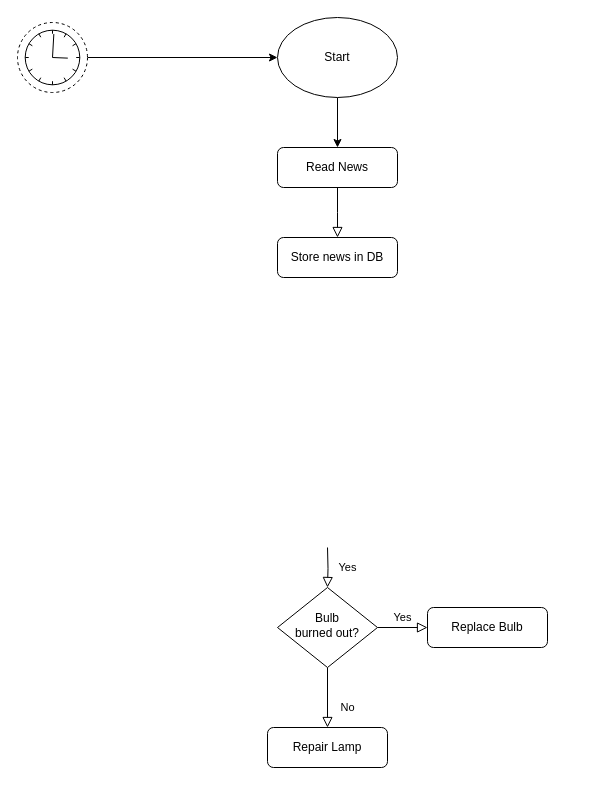
The draw.io diagram twitter bot flow chart.drawio in HosamElian/twitter-bot, before the edit. Source tidied: cells renumbered, new cells numbered last; positions are measured from the earlier drawing's top-left corner, leaving out a move shared by most shapes. Both pictures are drawn from the tidied source at 100%, with x=0, y=0 at pixel (17, 17).
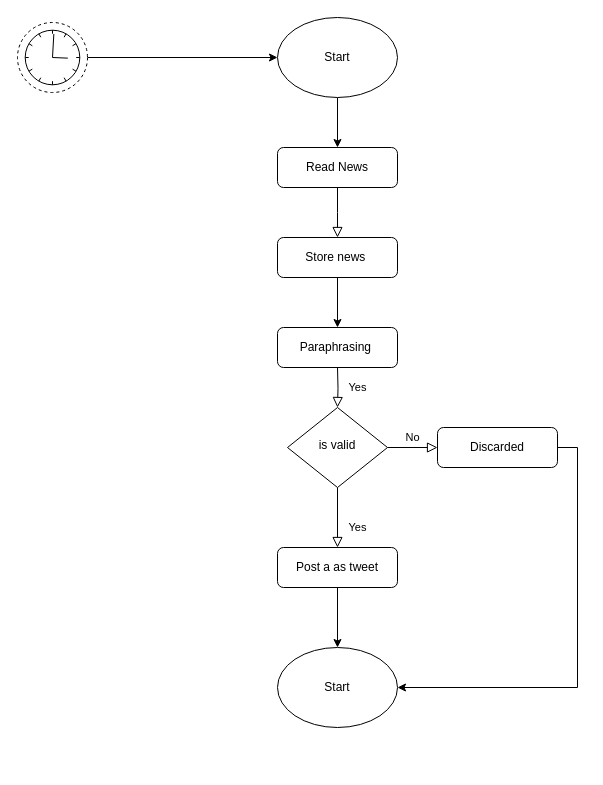
After the change.

Diff of the diagram source:
```diff
@@
     <mxCell id="4" value="Yes" style="rounded=0;html=1;jettySize=auto;fontSize=11;endArrow=block;endFill=0;endSize=8;strokeWidth=1;shadow=0;labelBackgroundColor=none;edgeStyle=orthogonalEdgeStyle;" parent="1" edge="1" target="8">
       <mxGeometry y="20" relative="1" as="geometry">
-        <mxPoint x="310" y="530" as="sourcePoint" />
+        <mxPoint x="320" y="350" as="sourcePoint" />
       </mxGeometry>
     </mxCell>
+    <mxCell id="15" style="edgeStyle=orthogonalEdgeStyle;rounded=0;jettySize=auto;html=1;" parent="1" edge="1" source="5" target="18">
+      <mxGeometry relative="1" as="geometry" />
+    </mxCell>
-    <mxCell id="5" value="Store news in DB" style="rounded=1;whiteSpace=wrap;html=1;fontSize=12;glass=0;strokeWidth=1;shadow=0;" parent="1" vertex="1">
+    <mxCell id="5" value="Store news&amp;nbsp;" style="rounded=1;whiteSpace=wrap;html=1;fontSize=12;glass=0;strokeWidth=1;shadow=0;" parent="1" vertex="1">
       <mxGeometry x="260" y="220" width="120" height="40" as="geometry" />
     </mxCell>
-    <mxCell id="6" value="No" style="rounded=0;html=1;jettySize=auto;fontSize=11;endArrow=block;endFill=0;endSize=8;strokeWidth=1;shadow=0;labelBackgroundColor=none;edgeStyle=orthogonalEdgeStyle;" parent="1" edge="1" source="8" target="9">
+    <mxCell id="6" value="Yes" style="rounded=0;html=1;jettySize=auto;fontSize=11;endArrow=block;endFill=0;endSize=8;strokeWidth=1;shadow=0;labelBackgroundColor=none;edgeStyle=orthogonalEdgeStyle;" parent="1" edge="1" source="8" target="9">
       <mxGeometry x="0.33" y="20" relative="1" as="geometry" />
     </mxCell>
-    <mxCell id="7" value="Yes" style="edgeStyle=orthogonalEdgeStyle;rounded=0;html=1;jettySize=auto;fontSize=11;endArrow=block;endFill=0;endSize=8;strokeWidth=1;shadow=0;labelBackgroundColor=none;" parent="1" edge="1" source="8" target="10">
+    <mxCell id="7" value="No" style="edgeStyle=orthogonalEdgeStyle;rounded=0;html=1;jettySize=auto;fontSize=11;endArrow=block;endFill=0;endSize=8;strokeWidth=1;shadow=0;labelBackgroundColor=none;" parent="1" edge="1" source="8" target="10">
       <mxGeometry y="10" relative="1" as="geometry" />
     </mxCell>
-    <mxCell id="8" value="Bulb&lt;br&gt;burned out?" style="rhombus;whiteSpace=wrap;html=1;shadow=0;fontFamily=Helvetica;fontSize=12;align=center;strokeWidth=1;spacing=6;spacingTop=-4;" parent="1" vertex="1">
-      <mxGeometry x="260" y="570" width="100" height="80" as="geometry" />
+    <mxCell id="8" value="is valid" style="rhombus;whiteSpace=wrap;html=1;shadow=0;fontFamily=Helvetica;fontSize=12;align=center;strokeWidth=1;spacing=6;spacingTop=-4;" parent="1" vertex="1">
+      <mxGeometry x="270" y="390" width="100" height="80" as="geometry" />
     </mxCell>
+    <mxCell id="16" style="edgeStyle=orthogonalEdgeStyle;rounded=0;jettySize=auto;html=1;" parent="1" edge="1" source="9" target="19">
+      <mxGeometry relative="1" as="geometry" />
+    </mxCell>
-    <mxCell id="9" value="Repair Lamp" style="rounded=1;whiteSpace=wrap;html=1;fontSize=12;glass=0;strokeWidth=1;shadow=0;" parent="1" vertex="1">
-      <mxGeometry x="250" y="710" width="120" height="40" as="geometry" />
+    <mxCell id="9" value="Post a as tweet" style="rounded=1;whiteSpace=wrap;html=1;fontSize=12;glass=0;strokeWidth=1;shadow=0;" parent="1" vertex="1">
+      <mxGeometry x="260" y="530" width="120" height="40" as="geometry" />
     </mxCell>
+    <mxCell id="17" style="edgeStyle=orthogonalEdgeStyle;rounded=0;jettySize=auto;html=1;exitX=1;exitY=0.5;exitDx=0;exitDy=0;entryX=1;entryY=0.5;entryDx=0;entryDy=0;" parent="1" edge="1" source="10" target="19">
+      <mxGeometry relative="1" as="geometry" />
+    </mxCell>
-    <mxCell id="10" value="Replace Bulb" style="rounded=1;whiteSpace=wrap;html=1;fontSize=12;glass=0;strokeWidth=1;shadow=0;" parent="1" vertex="1">
-      <mxGeometry x="410" y="590" width="120" height="40" as="geometry" />
+    <mxCell id="10" value="Discarded" style="rounded=1;whiteSpace=wrap;html=1;fontSize=12;glass=0;strokeWidth=1;shadow=0;" parent="1" vertex="1">
+      <mxGeometry x="420" y="410" width="120" height="40" as="geometry" />
     </mxCell>
@@
+    <mxCell id="18" value="Paraphrasing&amp;nbsp;" style="rounded=1;whiteSpace=wrap;html=1;fontSize=12;glass=0;strokeWidth=1;shadow=0;" parent="1" vertex="1">
+      <mxGeometry x="260" y="310" width="120" height="40" as="geometry" />
+    </mxCell>
+    <mxCell id="19" value="Start" style="ellipse;whiteSpace=wrap;html=1;" parent="1" vertex="1">
+      <mxGeometry x="260" y="630" width="120" height="80" as="geometry" />
+    </mxCell>
```
